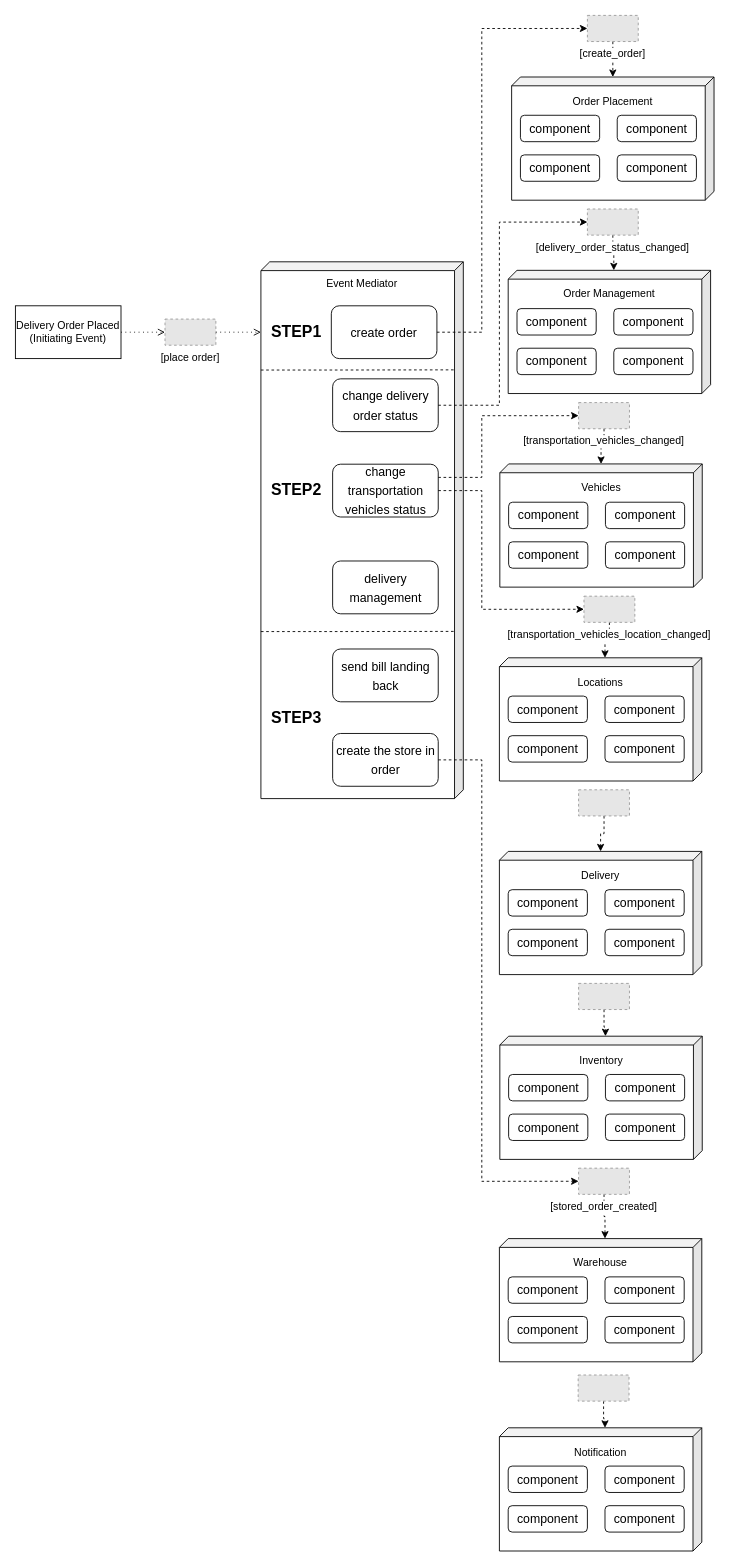
Earlier version of the draw.io diagram TMS-Event Driven Architecture.drawio (20104796/pic). Source tidied: cells renumbered, new cells numbered last; positions are measured from the earlier drawing's top-left corner, leaving out a move shared by most shapes. Both pictures are drawn from the tidied source at 88%, with x=0, y=0 at pixel (15, 15). Pictures stored in the file or linked from it are replaced by grey dashed boxes.
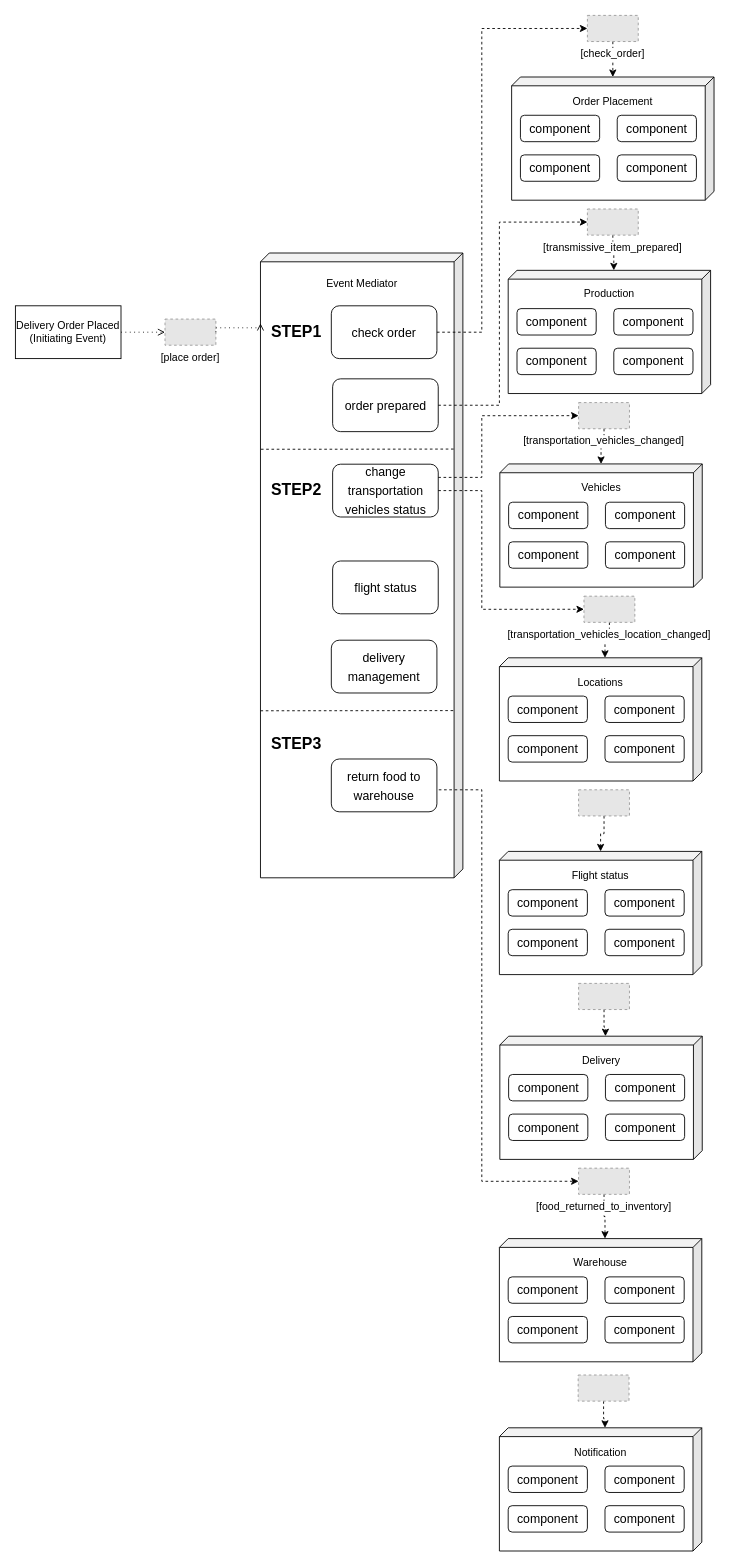
The same page after the edit.

The change refers to these unchanged cells:
```xml
<mxCell id="22" style="group;" parent="1" vertex="1">
  <mxGeometry x="560" y="289.7" width="230" height="140" as="geometry" />
</mxCell>
<mxCell id="58" style="group;" parent="1" vertex="1">
  <mxGeometry x="550" y="950" width="230" height="140" as="geometry" />
</mxCell>
<mxCell id="67" style="group;" parent="1" vertex="1">
  <mxGeometry x="550.5" y="1160" width="230" height="140" as="geometry" />
</mxCell>
```

The edit, as a diff of the source:
```diff
@@
     <mxCell id="5" style="group;" parent="1" vertex="1">
-      <mxGeometry x="279" y="280" width="230" height="610" as="geometry" />
+      <mxGeometry x="279" y="280" width="230" height="700" as="geometry" />
     </mxCell>
     <mxCell id="6" style="shape=cube;whiteSpace=wrap;html=1;boundedLbl=1;backgroundOutline=1;darkOpacity=0.05;darkOpacity2=0.1;size=10;flipH=1;" parent="5" vertex="1">
-      <mxGeometry width="230" height="610" as="geometry" />
+      <mxGeometry x="-0.5" y="-10" width="230" height="710" as="geometry" />
     </mxCell>
@@
-    <mxCell id="9" value="&lt;font style=&quot;font-size: 14px;&quot;&gt;change delivery order status&lt;/font&gt;" style="rounded=1;whiteSpace=wrap;html=1;fontSize=18;" parent="5" vertex="1">
+    <mxCell id="9" value="&lt;span style=&quot;font-size: 14px;&quot;&gt;order prepared&lt;/span&gt;" style="rounded=1;whiteSpace=wrap;html=1;fontSize=18;" parent="5" vertex="1">
       <mxGeometry x="81.5" y="133" width="120" height="60" as="geometry" />
     </mxCell>
     <mxCell id="10" value="STEP3" style="text;strokeColor=none;fillColor=none;html=1;fontSize=18;fontStyle=1;verticalAlign=middle;align=center;" parent="5" vertex="1">
-      <mxGeometry x="9.5" y="501" width="61" height="35" as="geometry" />
+      <mxGeometry x="9.5" y="530" width="61" height="35" as="geometry" />
     </mxCell>
     <mxCell id="11" style="endArrow=none;dashed=1;html=1;rounded=0;fontSize=18;entryX=0.037;entryY=0.208;entryDx=0;entryDy=0;entryPerimeter=0;" parent="5" edge="1">
       <mxGeometry relative="1" as="geometry">
-        <mxPoint y="420.2" as="sourcePoint" />
-        <mxPoint x="220" y="420" as="targetPoint" />
-        <Array as="points">
-          <mxPoint x="69.5" y="420.2" />
-        </Array>
+        <mxPoint x="-0.5" y="510.2" as="sourcePoint" />
+        <mxPoint x="219.5" y="510" as="targetPoint" />
       </mxGeometry>
     </mxCell>
@@
     <mxCell id="14" style="endArrow=none;dashed=1;html=1;rounded=0;fontSize=18;entryX=0.037;entryY=0.208;entryDx=0;entryDy=0;entryPerimeter=0;" parent="5" edge="1">
       <mxGeometry relative="1" as="geometry">
-        <mxPoint y="123" as="sourcePoint" />
-        <mxPoint x="220" y="122.8" as="targetPoint" />
+        <mxPoint y="213" as="sourcePoint" />
+        <mxPoint x="220" y="212.8" as="targetPoint" />
         <Array as="points">
-          <mxPoint x="69.5" y="123" />
+          <mxPoint x="69.5" y="213" />
         </Array>
       </mxGeometry>
     </mxCell>
-    <mxCell id="15" value="&lt;font style=&quot;font-size: 14px;&quot;&gt;create order&lt;/font&gt;" style="rounded=1;whiteSpace=wrap;html=1;fontSize=18;" parent="5" vertex="1">
+    <mxCell id="15" value="&lt;font style=&quot;font-size: 14px;&quot;&gt;check order&lt;/font&gt;" style="rounded=1;whiteSpace=wrap;html=1;fontSize=18;" parent="5" vertex="1">
       <mxGeometry x="80" y="50" width="120" height="60" as="geometry" />
     </mxCell>
     <mxCell id="16" value="&lt;font style=&quot;font-size: 14px;&quot;&gt;delivery management&lt;/font&gt;" style="rounded=1;whiteSpace=wrap;html=1;fontSize=18;" parent="5" vertex="1">
-      <mxGeometry x="81.5" y="340" width="120" height="60" as="geometry" />
+      <mxGeometry x="80" y="430" width="120" height="60" as="geometry" />
     </mxCell>
-    <mxCell id="17" value="&lt;font style=&quot;font-size: 14px;&quot;&gt;send bill landing back&lt;/font&gt;" style="rounded=1;whiteSpace=wrap;html=1;fontSize=18;" parent="5" vertex="1">
-      <mxGeometry x="81.5" y="440" width="120" height="60" as="geometry" />
+    <mxCell id="17" value="&lt;span style=&quot;font-size: 14px;&quot;&gt;flight status&lt;/span&gt;" style="rounded=1;whiteSpace=wrap;html=1;fontSize=18;" parent="5" vertex="1">
+      <mxGeometry x="81.5" y="340" width="120" height="60" as="geometry" />
     </mxCell>
-    <mxCell id="18" value="&lt;font style=&quot;font-size: 14px;&quot;&gt;create the store in order&lt;/font&gt;" style="rounded=1;whiteSpace=wrap;html=1;fontSize=18;" parent="5" vertex="1">
-      <mxGeometry x="81.5" y="536" width="120" height="60" as="geometry" />
+    <mxCell id="18" value="&lt;span style=&quot;font-size: 14px;&quot;&gt;return food to warehouse&lt;/span&gt;" style="rounded=1;whiteSpace=wrap;html=1;fontSize=18;" parent="5" vertex="1">
+      <mxGeometry x="80" y="565" width="120" height="60" as="geometry" />
     </mxCell>
@@
-    <mxCell id="21" value="[delivery_order_status_changed]" style="fillColor=#E6E6E6;strokeColor=#999999;dashed=1;verticalLabelPosition=bottom;labelBackgroundColor=default;verticalAlign=top;" parent="1" vertex="1">
+    <mxCell id="21" value="[transmissive_item_prepared]" style="fillColor=#E6E6E6;strokeColor=#999999;dashed=1;verticalLabelPosition=bottom;labelBackgroundColor=default;verticalAlign=top;" parent="1" vertex="1">
       <mxGeometry x="650" y="220" width="57.8" height="29.7" as="geometry" />
     </mxCell>
@@
-    <mxCell id="28" value="Order Management" style="text;html=1;strokeColor=none;fillColor=none;align=center;verticalAlign=middle;whiteSpace=wrap;rounded=0;" parent="22" vertex="1">
+    <mxCell id="28" value="Production" style="text;html=1;strokeColor=none;fillColor=none;align=center;verticalAlign=middle;whiteSpace=wrap;rounded=0;" parent="22" vertex="1">
       <mxGeometry x="60" y="20.3" width="110" height="12.5" as="geometry" />
     </mxCell>
@@
-    <mxCell id="48" value="[create_order]" style="fillColor=#E6E6E6;strokeColor=#999999;dashed=1;verticalLabelPosition=bottom;labelBackgroundColor=default;verticalAlign=top;" parent="1" vertex="1">
+    <mxCell id="48" value="[check_order]" style="fillColor=#E6E6E6;strokeColor=#999999;dashed=1;verticalLabelPosition=bottom;labelBackgroundColor=default;verticalAlign=top;" parent="1" vertex="1">
       <mxGeometry x="650" width="57.8" height="29.7" as="geometry" />
     </mxCell>
@@
-    <mxCell id="64" value="Delivery" style="text;html=1;strokeColor=none;fillColor=none;align=center;verticalAlign=middle;whiteSpace=wrap;rounded=0;" parent="58" vertex="1">
+    <mxCell id="64" value="Flight status" style="text;html=1;strokeColor=none;fillColor=none;align=center;verticalAlign=middle;whiteSpace=wrap;rounded=0;" parent="58" vertex="1">
       <mxGeometry x="60" y="21.5" width="110" height="12.5" as="geometry" />
     </mxCell>
@@
-    <mxCell id="73" value="Inventory" style="text;html=1;strokeColor=none;fillColor=none;align=center;verticalAlign=middle;whiteSpace=wrap;rounded=0;" parent="67" vertex="1">
+    <mxCell id="73" value="Delivery" style="text;html=1;strokeColor=none;fillColor=none;align=center;verticalAlign=middle;whiteSpace=wrap;rounded=0;" parent="67" vertex="1">
       <mxGeometry x="60" y="21.5" width="110" height="12.5" as="geometry" />
     </mxCell>
@@
-    <mxCell id="75" value="[stored_order_created]" style="fillColor=#E6E6E6;strokeColor=#999999;dashed=1;verticalLabelPosition=bottom;labelBackgroundColor=default;verticalAlign=top;" parent="1" vertex="1">
+    <mxCell id="75" value="[food_returned_to_inventory]" style="fillColor=#E6E6E6;strokeColor=#999999;dashed=1;verticalLabelPosition=bottom;labelBackgroundColor=default;verticalAlign=top;" parent="1" vertex="1">
       <mxGeometry x="640" y="1310" width="57.8" height="29.7" as="geometry" />
     </mxCell>
@@
-    <mxCell id="87" style="edgeStyle=orthogonalEdgeStyle;rounded=0;jettySize=auto;html=1;dashed=1;fontSize=14;entryX=0;entryY=0.5;entryDx=0;entryDy=0;" parent="1" edge="1" source="18" target="75">
-      <mxGeometry relative="1" as="geometry">
-        <Array as="points">
-          <mxPoint x="530" y="846" />
-          <mxPoint x="530" y="1325" />
-        </Array>
-      </mxGeometry>
-    </mxCell>
@@
+    <mxCell id="97" style="edgeStyle=orthogonalEdgeStyle;rounded=0;jettySize=auto;html=1;dashed=1;fontSize=14;entryX=0;entryY=0.5;entryDx=0;entryDy=0;" parent="1" edge="1" target="75">
+      <mxGeometry relative="1" as="geometry">
+        <mxPoint x="481.1" y="880" as="sourcePoint" />
+        <Array as="points">
+          <mxPoint x="530" y="880" />
+          <mxPoint x="530" y="1325" />
+        </Array>
+      </mxGeometry>
+    </mxCell>
```
